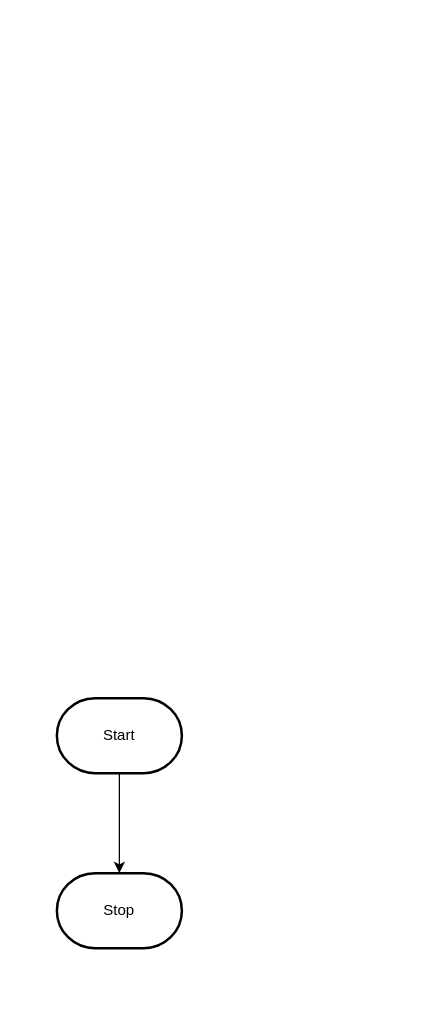
Before: design/flowchart.drawio in MTHS-ICD2O-1-2023/ICD2O-Unit-5-02-kai-nguyen-4, a draw.io diagram. Source tidied: cells renumbered, new cells numbered last; positions are measured from the earlier drawing's top-left corner, leaving out a move shared by most shapes. Both pictures are drawn from the tidied source at 125%, with x=0, y=0 at pixel (56, 698).
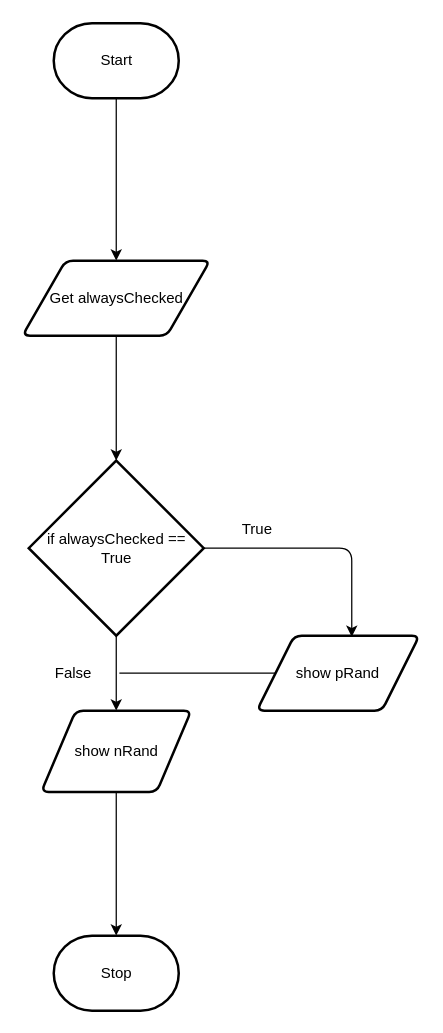
Above is the later version.

What changed in the source:
```diff
@@
 <mxGraphModel>
   <root>
     <mxCell id="0" />
     <mxCell id="1" parent="0" />
-    <mxCell id="2" style="edgeStyle=orthogonalEdgeStyle;html=1;rounded=0;" parent="1" edge="1" source="3" target="4">
-      <mxGeometry relative="1" as="geometry" />
-    </mxCell>
+    <mxCell id="5" style="edgeStyle=none;html=1;" parent="1" edge="1" source="3" target="7">
+      <mxGeometry relative="1" as="geometry" />
+    </mxCell>
     <mxCell id="3" value="Start" style="strokeWidth=2;html=1;shape=mxgraph.flowchart.terminator;whiteSpace=wrap;" parent="1" vertex="1">
-      <mxGeometry width="100" height="60" as="geometry" />
+      <mxGeometry x="-2.5" y="-540" width="100" height="60" as="geometry" />
     </mxCell>
     <mxCell id="4" value="Stop" style="strokeWidth=2;html=1;shape=mxgraph.flowchart.terminator;whiteSpace=wrap;" parent="1" vertex="1">
-      <mxGeometry y="140" width="100" height="60" as="geometry" />
+      <mxGeometry x="-2.5" y="190" width="100" height="60" as="geometry" />
     </mxCell>
+    <mxCell id="6" style="edgeStyle=none;html=1;" parent="1" edge="1" source="7" target="10">
+      <mxGeometry relative="1" as="geometry" />
+    </mxCell>
+    <mxCell id="7" value="Get alwaysChecked" style="shape=parallelogram;html=1;strokeWidth=2;perimeter=parallelogramPerimeter;whiteSpace=wrap;rounded=1;arcSize=12;size=0.23;" parent="1" vertex="1">
+      <mxGeometry x="-27.5" y="-350" width="150" height="60" as="geometry" />
+    </mxCell>
+    <mxCell id="8" style="edgeStyle=none;html=1;entryX=0.5;entryY=0;entryDx=0;entryDy=0;entryPerimeter=0;" parent="1" edge="1" source="10">
+      <mxGeometry relative="1" as="geometry">
+        <mxPoint x="47.5" y="10" as="targetPoint" />
+      </mxGeometry>
+    </mxCell>
+    <mxCell id="9" style="edgeStyle=orthogonalEdgeStyle;html=1;entryX=0.584;entryY=0.015;entryDx=0;entryDy=0;entryPerimeter=0;" parent="1" edge="1" source="10" target="12">
+      <mxGeometry relative="1" as="geometry" />
+    </mxCell>
+    <mxCell id="10" value="if alwaysChecked == True" style="strokeWidth=2;html=1;shape=mxgraph.flowchart.decision;whiteSpace=wrap;" parent="1" vertex="1">
+      <mxGeometry x="-22.5" y="-190" width="140" height="140" as="geometry" />
+    </mxCell>
+    <mxCell id="11" style="edgeStyle=none;html=1;endArrow=none;endFill=0;" parent="1" edge="1" source="12">
+      <mxGeometry relative="1" as="geometry">
+        <mxPoint x="50" y="-20" as="targetPoint" />
+      </mxGeometry>
+    </mxCell>
+    <mxCell id="12" value="show pRand" style="shape=parallelogram;html=1;strokeWidth=2;perimeter=parallelogramPerimeter;whiteSpace=wrap;rounded=1;arcSize=12;size=0.23;" parent="1" vertex="1">
+      <mxGeometry x="160" y="-50" width="130" height="60" as="geometry" />
+    </mxCell>
+    <mxCell id="13" style="edgeStyle=none;html=1;entryX=0.5;entryY=0;entryDx=0;entryDy=0;entryPerimeter=0;" parent="1" edge="1" source="14" target="4">
+      <mxGeometry relative="1" as="geometry" />
+    </mxCell>
+    <mxCell id="14" value="show nRand" style="shape=parallelogram;html=1;strokeWidth=2;perimeter=parallelogramPerimeter;whiteSpace=wrap;rounded=1;arcSize=12;size=0.23;" parent="1" vertex="1">
+      <mxGeometry x="-12.5" y="10" width="120" height="65" as="geometry" />
+    </mxCell>
+    <mxCell id="15" value="True" style="text;html=1;align=center;verticalAlign=middle;strokeColor=none;fillColor=none;" parent="1" vertex="1">
+      <mxGeometry x="135" y="-150" width="50" height="30" as="geometry" />
+    </mxCell>
+    <mxCell id="16" value="False" style="text;html=1;align=center;verticalAlign=middle;strokeColor=none;fillColor=none;" parent="1" vertex="1">
+      <mxGeometry x="-12.5" y="-35" width="50" height="30" as="geometry" />
+    </mxCell>
   </root>
 </mxGraphModel>
```
